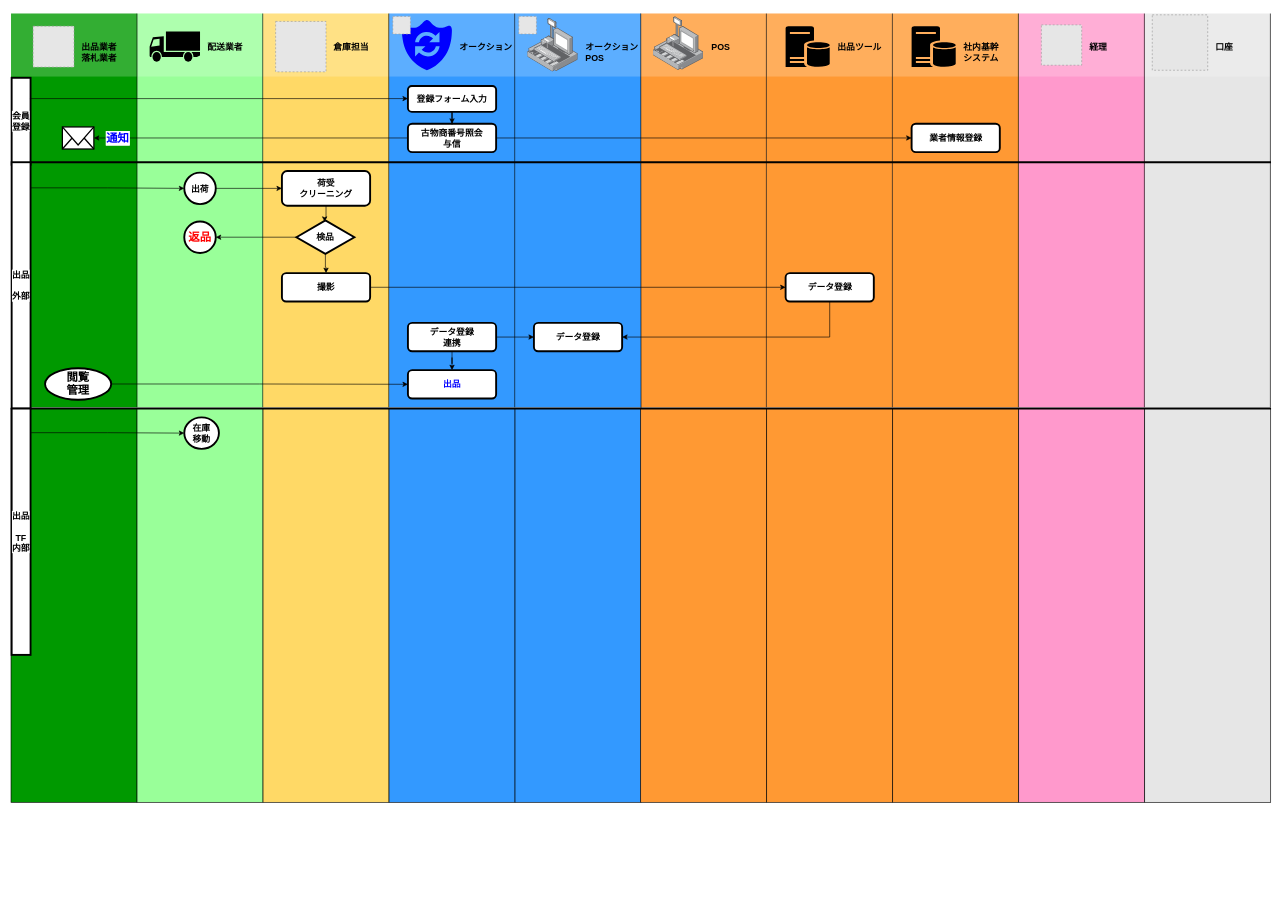
This is 業務フロー図.drawio from cy-shuhei-ohno/test, a draw.io file, before an edit. Source tidied: cells renumbered, new cells numbered last; positions are measured from the earlier drawing's top-left corner, leaving out a move shared by most shapes. Both pictures are drawn from the tidied source at 63%, with x=0, y=0 at pixel (11, 13). Pictures stored in the file or linked from it are replaced by grey dashed boxes.
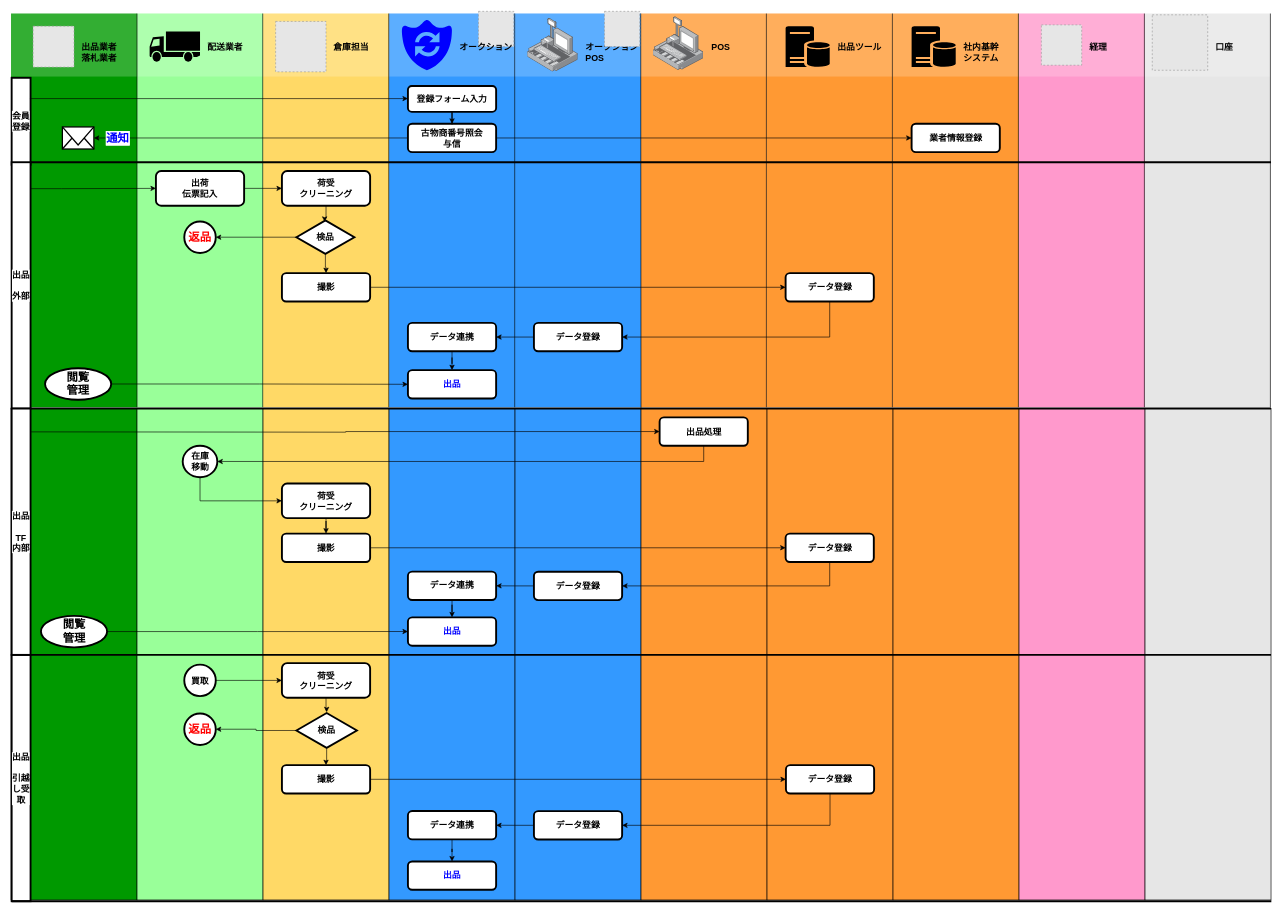
The same diagram, later.

Commit message (it also covers changes not shown here):
Update 業務フロー図.drawio

Unchanged cells that the change refers to:
```xml
<mxCell id="42" value="データ登録" style="rounded=1;whiteSpace=wrap;html=1;labelBackgroundColor=#ffffff;strokeWidth=3;fillColor=#FFFFFF;gradientColor=none;fontSize=14;fontColor=#000000;align=center;fontStyle=1;" parent="36" vertex="1">
  <mxGeometry x="30" y="412" width="140" height="45" as="geometry" />
</mxCell>
<mxCell id="50" style="group;" parent="1" vertex="1">
  <mxGeometry x="600" width="200" height="641" as="geometry" />
</mxCell>
<mxCell id="67" value="荷受&lt;br&gt;クリーニング&lt;br&gt;" style="rounded=1;whiteSpace=wrap;html=1;labelBackgroundColor=#ffffff;strokeWidth=3;fillColor=#FFFFFF;gradientColor=none;fontSize=14;fontColor=#000000;align=center;fontStyle=1;" parent="60" vertex="1">
  <mxGeometry x="30" y="250" width="140" height="55" as="geometry" />
</mxCell>
<mxCell id="71" style="group;fontStyle=1;" parent="1" vertex="1">
  <mxGeometry x="200" width="200" height="641" as="geometry" />
</mxCell>
<mxCell id="90" value="出品&lt;br&gt;&lt;br&gt;外部&lt;br&gt;" style="rounded=0;whiteSpace=wrap;html=1;labelBackgroundColor=#ffffff;strokeWidth=3;fillColor=#FFFFFF;gradientColor=none;fontSize=14;fontColor=#000000;align=center;fontStyle=1;" parent="79" vertex="1">
  <mxGeometry x="1" y="236" width="30" height="391" as="geometry" />
</mxCell>
<mxCell id="107" value="データ登録" style="rounded=1;whiteSpace=wrap;html=1;labelBackgroundColor=#ffffff;strokeWidth=3;fillColor=#FFFFFF;gradientColor=none;fontSize=14;fontColor=#000000;align=center;fontStyle=1;" parent="1" vertex="1">
  <mxGeometry x="830" y="491" width="140" height="45" as="geometry" />
</mxCell>
<mxCell id="112" value="出品&lt;br&gt;&lt;br&gt;TF内部&lt;br&gt;" style="rounded=0;whiteSpace=wrap;html=1;labelBackgroundColor=#ffffff;strokeWidth=3;fillColor=#FFFFFF;gradientColor=none;fontSize=14;fontColor=#000000;align=center;fontStyle=1;" parent="1" vertex="1">
  <mxGeometry x="1" y="627" width="30" height="391" as="geometry" />
</mxCell>
```

Diff of the diagram source:
```diff
@@
     <mxCell id="2" style="group;" parent="1" vertex="1">
-      <mxGeometry y="627" width="1999.5" height="625" as="geometry" />
+      <mxGeometry y="627" width="2000" height="782" as="geometry" />
     </mxCell>
     <mxCell id="3" style="whiteSpace=wrap;html=1;labelBackgroundColor=#ffffff;fontSize=14;fontColor=#0000FF;align=left;strokeColor=#000000;fillColor=#009900;" parent="2" vertex="1">
-      <mxGeometry width="200" height="625" as="geometry" />
+      <mxGeometry width="200" height="780" as="geometry" />
     </mxCell>
     <mxCell id="4" style="whiteSpace=wrap;html=1;labelBackgroundColor=#ffffff;fontSize=14;fontColor=#99FF99;align=left;strokeColor=#000000;fillColor=#99FF99;" parent="2" vertex="1">
-      <mxGeometry x="200" width="200" height="625" as="geometry" />
+      <mxGeometry x="200" width="200" height="780" as="geometry" />
     </mxCell>
     <mxCell id="5" style="whiteSpace=wrap;html=1;labelBackgroundColor=#ffffff;fontSize=14;fontColor=#0000FF;align=left;strokeColor=#000000;fillColor=#FFD966;" parent="2" vertex="1">
-      <mxGeometry x="400" width="200" height="625" as="geometry" />
+      <mxGeometry x="400" width="200" height="780" as="geometry" />
     </mxCell>
     <mxCell id="6" style="whiteSpace=wrap;html=1;labelBackgroundColor=#ffffff;fontSize=14;fontColor=#0000FF;align=left;strokeColor=#000000;fillColor=#3399FF;" parent="2" vertex="1">
-      <mxGeometry x="600" width="200" height="625" as="geometry" />
+      <mxGeometry x="600" width="200" height="780" as="geometry" />
     </mxCell>
     <mxCell id="7" style="whiteSpace=wrap;html=1;labelBackgroundColor=#ffffff;fontSize=14;fontColor=#0000FF;align=left;strokeColor=#000000;fillColor=#3399FF;" parent="2" vertex="1">
-      <mxGeometry x="800" width="200" height="625" as="geometry" />
+      <mxGeometry x="800" width="200" height="780" as="geometry" />
     </mxCell>
     <mxCell id="8" style="whiteSpace=wrap;html=1;labelBackgroundColor=#ffffff;fontSize=14;fontColor=#0000FF;align=left;strokeColor=#000000;fillColor=#FF9933;" parent="2" vertex="1">
-      <mxGeometry x="999.5" width="200" height="625" as="geometry" />
+      <mxGeometry x="1000" width="200" height="780" as="geometry" />
     </mxCell>
     <mxCell id="9" style="whiteSpace=wrap;html=1;labelBackgroundColor=#ffffff;fontSize=14;fontColor=#0000FF;align=left;strokeColor=#000000;fillColor=#FF9933;" parent="2" vertex="1">
-      <mxGeometry x="1199.5" width="200" height="625" as="geometry" />
+      <mxGeometry x="1200" width="200" height="780" as="geometry" />
     </mxCell>
     <mxCell id="10" style="whiteSpace=wrap;html=1;labelBackgroundColor=#ffffff;fontSize=14;fontColor=#0000FF;align=left;strokeColor=#000000;fillColor=#FF9933;" parent="2" vertex="1">
-      <mxGeometry x="1399.5" width="200" height="625" as="geometry" />
+      <mxGeometry x="1400" width="200" height="780" as="geometry" />
     </mxCell>
     <mxCell id="11" style="whiteSpace=wrap;html=1;labelBackgroundColor=#ffffff;fontSize=14;fontColor=#0000FF;align=left;strokeColor=#000000;fillColor=#FF99CC;" parent="2" vertex="1">
-      <mxGeometry x="1599.5" width="200" height="625" as="geometry" />
+      <mxGeometry x="1600" width="200" height="780" as="geometry" />
     </mxCell>
     <mxCell id="12" style="whiteSpace=wrap;html=1;labelBackgroundColor=#ffffff;fontSize=14;align=left;strokeColor=#000000;fillColor=#E6E6E6;" parent="2" vertex="1">
-      <mxGeometry x="1799.5" width="200" height="625" as="geometry" />
+      <mxGeometry x="1800" width="200" height="780" as="geometry" />
     </mxCell>
+    <mxCell id="113" style="edgeStyle=orthogonalEdgeStyle;rounded=0;jettySize=auto;html=1;entryX=0;entryY=0.5;entryDx=0;entryDy=0;strokeWidth=1;fontSize=14;fontColor=#0000FF;" parent="2" edge="1" source="13" target="115">
+      <mxGeometry relative="1" as="geometry">
+        <Array as="points">
+          <mxPoint x="300" y="147" />
+        </Array>
+      </mxGeometry>
+    </mxCell>
     <mxCell id="13" value="在庫&lt;br&gt;移動" style="ellipse;whiteSpace=wrap;html=1;labelBackgroundColor=#ffffff;strokeWidth=3;fontSize=14;align=center;fontStyle=1;" parent="2" vertex="1">
-      <mxGeometry x="275" y="14" width="55" height="50" as="geometry" />
+      <mxGeometry x="272.5" y="59" width="55" height="50" as="geometry" />
     </mxCell>
+    <mxCell id="114" style="edgeStyle=orthogonalEdgeStyle;rounded=0;jettySize=auto;html=1;entryX=0.5;entryY=0;entryDx=0;entryDy=0;strokeWidth=1;fontSize=14;fontColor=#0000FF;" parent="2" edge="1" source="115" target="117">
+      <mxGeometry relative="1" as="geometry" />
+    </mxCell>
+    <mxCell id="115" value="荷受&lt;br&gt;クリーニング&lt;br&gt;" style="rounded=1;whiteSpace=wrap;html=1;labelBackgroundColor=#ffffff;strokeWidth=3;fillColor=#FFFFFF;gradientColor=none;fontSize=14;fontColor=#000000;align=center;fontStyle=1;" parent="2" vertex="1">
+      <mxGeometry x="430" y="119" width="140" height="55" as="geometry" />
+    </mxCell>
+    <mxCell id="116" style="edgeStyle=orthogonalEdgeStyle;rounded=0;jettySize=auto;html=1;entryX=0;entryY=0.5;entryDx=0;entryDy=0;strokeWidth=1;fontSize=14;fontColor=#0000FF;" parent="2" edge="1" source="117" target="121">
+      <mxGeometry relative="1" as="geometry" />
+    </mxCell>
+    <mxCell id="117" value="撮影" style="rounded=1;whiteSpace=wrap;html=1;labelBackgroundColor=#ffffff;strokeWidth=3;fillColor=#FFFFFF;gradientColor=none;fontSize=14;fontColor=#000000;align=center;fontStyle=1;" parent="2" vertex="1">
+      <mxGeometry x="430" y="198.5" width="140" height="45" as="geometry" />
+    </mxCell>
+    <mxCell id="118" style="edgeStyle=orthogonalEdgeStyle;rounded=0;jettySize=auto;html=1;entryX=1;entryY=0.5;entryDx=0;entryDy=0;strokeWidth=1;fontSize=14;fontColor=#0000FF;" parent="2" edge="1" source="119" target="13">
+      <mxGeometry relative="1" as="geometry">
+        <Array as="points">
+          <mxPoint x="1100" y="84" />
+        </Array>
+      </mxGeometry>
+    </mxCell>
+    <mxCell id="119" value="出品処理" style="rounded=1;whiteSpace=wrap;html=1;labelBackgroundColor=#ffffff;strokeWidth=3;fillColor=#FFFFFF;gradientColor=none;fontSize=14;fontColor=#000000;align=center;fontStyle=1;" parent="2" vertex="1">
+      <mxGeometry x="1029.5" y="14" width="140" height="45" as="geometry" />
+    </mxCell>
+    <mxCell id="120" style="edgeStyle=orthogonalEdgeStyle;rounded=0;jettySize=auto;html=1;entryX=1;entryY=0.5;entryDx=0;entryDy=0;strokeWidth=1;fontSize=14;fontColor=#0000FF;" parent="2" edge="1" source="121" target="123">
+      <mxGeometry relative="1" as="geometry">
+        <Array as="points">
+          <mxPoint x="1300" y="281" />
+        </Array>
+      </mxGeometry>
+    </mxCell>
+    <mxCell id="121" value="データ登録" style="rounded=1;whiteSpace=wrap;html=1;labelBackgroundColor=#ffffff;strokeWidth=3;fillColor=#FFFFFF;gradientColor=none;fontSize=14;fontColor=#000000;align=center;fontStyle=1;" parent="2" vertex="1">
+      <mxGeometry x="1229.5" y="198.5" width="140" height="45" as="geometry" />
+    </mxCell>
+    <mxCell id="122" style="edgeStyle=orthogonalEdgeStyle;rounded=0;jettySize=auto;html=1;strokeWidth=1;fontSize=14;fontColor=#0000FF;" parent="2" edge="1" source="123" target="125">
+      <mxGeometry relative="1" as="geometry" />
+    </mxCell>
+    <mxCell id="123" value="データ登録" style="rounded=1;whiteSpace=wrap;html=1;labelBackgroundColor=#ffffff;strokeWidth=3;fillColor=#FFFFFF;gradientColor=none;fontSize=14;fontColor=#000000;align=center;fontStyle=1;" parent="2" vertex="1">
+      <mxGeometry x="830" y="259" width="140" height="45" as="geometry" />
+    </mxCell>
+    <mxCell id="124" style="edgeStyle=orthogonalEdgeStyle;rounded=0;jettySize=auto;html=1;entryX=0.5;entryY=0;entryDx=0;entryDy=0;strokeWidth=1;fontSize=14;fontColor=#0000FF;" parent="2" edge="1" source="125" target="126">
+      <mxGeometry relative="1" as="geometry" />
+    </mxCell>
+    <mxCell id="125" value="データ連携&lt;br&gt;" style="rounded=1;whiteSpace=wrap;html=1;labelBackgroundColor=#ffffff;strokeWidth=3;fillColor=#FFFFFF;gradientColor=none;fontSize=14;fontColor=#000000;align=center;fontStyle=1;" parent="2" vertex="1">
+      <mxGeometry x="630" y="258.9" width="140" height="45" as="geometry" />
+    </mxCell>
+    <mxCell id="126" value="出品" style="rounded=1;whiteSpace=wrap;html=1;labelBackgroundColor=#ffffff;strokeWidth=3;fillColor=#FFFFFF;gradientColor=none;fontSize=14;fontColor=#0000FF;align=center;fontStyle=1;" parent="2" vertex="1">
+      <mxGeometry x="630" y="331.4" width="140" height="45" as="geometry" />
+    </mxCell>
+    <mxCell id="127" style="edgeStyle=orthogonalEdgeStyle;rounded=0;jettySize=auto;html=1;entryX=0;entryY=0.5;entryDx=0;entryDy=0;strokeWidth=1;fontSize=14;fontColor=#0000FF;" parent="2" edge="1" source="128" target="126">
+      <mxGeometry relative="1" as="geometry" />
+    </mxCell>
+    <mxCell id="128" value="閲覧&lt;br&gt;管理&lt;br&gt;" style="ellipse;whiteSpace=wrap;html=1;labelBackgroundColor=#ffffff;strokeWidth=3;fontSize=18;align=center;fontStyle=1;" parent="2" vertex="1">
+      <mxGeometry x="47.5" y="329" width="105" height="50" as="geometry" />
+    </mxCell>
+    <mxCell id="129" style="endArrow=none;html=1;strokeWidth=3;fontSize=18;fontColor=#0000FF;" parent="2" edge="1">
+      <mxGeometry relative="1" as="geometry">
+        <mxPoint x="1" y="391" as="sourcePoint" />
+        <mxPoint x="2000" y="391" as="targetPoint" />
+      </mxGeometry>
+    </mxCell>
+    <mxCell id="130" value="出品&lt;br&gt;&lt;br&gt;引越し受取&lt;br&gt;" style="rounded=0;whiteSpace=wrap;html=1;labelBackgroundColor=#ffffff;strokeWidth=3;fillColor=#FFFFFF;gradientColor=none;fontSize=14;fontColor=#000000;align=center;fontStyle=1;" parent="2" vertex="1">
+      <mxGeometry x="1" y="391" width="30" height="391" as="geometry" />
+    </mxCell>
+    <mxCell id="131" style="endArrow=none;html=1;strokeWidth=3;fontSize=18;fontColor=#0000FF;" parent="2" edge="1">
+      <mxGeometry relative="1" as="geometry">
+        <mxPoint x="1" y="782" as="sourcePoint" />
+        <mxPoint x="2000.5" y="782" as="targetPoint" />
+      </mxGeometry>
+    </mxCell>
+    <mxCell id="132" style="edgeStyle=orthogonalEdgeStyle;rounded=0;jettySize=auto;html=1;strokeWidth=1;fontSize=14;fontColor=#0000FF;" parent="2" edge="1" source="133" target="136">
+      <mxGeometry relative="1" as="geometry" />
+    </mxCell>
+    <mxCell id="133" value="荷受&lt;br&gt;クリーニング&lt;br&gt;" style="rounded=1;whiteSpace=wrap;html=1;labelBackgroundColor=#ffffff;strokeWidth=3;fillColor=#FFFFFF;gradientColor=none;fontSize=14;fontColor=#000000;align=center;fontStyle=1;" parent="2" vertex="1">
+      <mxGeometry x="430" y="404" width="140" height="55" as="geometry" />
+    </mxCell>
+    <mxCell id="134" style="edgeStyle=orthogonalEdgeStyle;rounded=0;jettySize=auto;html=1;entryX=1;entryY=0.5;entryDx=0;entryDy=0;strokeWidth=1;fontSize=14;fontColor=#0000FF;" parent="2" edge="1" source="136" target="141">
+      <mxGeometry relative="1" as="geometry" />
+    </mxCell>
+    <mxCell id="135" style="edgeStyle=orthogonalEdgeStyle;rounded=0;jettySize=auto;html=1;entryX=0.5;entryY=0;entryDx=0;entryDy=0;strokeWidth=1;fontSize=14;fontColor=#0000FF;" parent="2" edge="1" source="136" target="138">
+      <mxGeometry relative="1" as="geometry" />
+    </mxCell>
+    <mxCell id="136" value="検品" style="html=1;whiteSpace=wrap;shape=isoRectangle;labelBackgroundColor=#ffffff;strokeWidth=3;fontSize=14;align=center;fontStyle=1;" parent="2" vertex="1">
+      <mxGeometry x="453" y="482" width="96" height="58" as="geometry" />
+    </mxCell>
+    <mxCell id="137" style="edgeStyle=orthogonalEdgeStyle;rounded=0;jettySize=auto;html=1;strokeWidth=1;fontSize=14;fontColor=#0000FF;" parent="2" edge="1" source="138" target="143">
+      <mxGeometry relative="1" as="geometry" />
+    </mxCell>
+    <mxCell id="138" value="撮影" style="rounded=1;whiteSpace=wrap;html=1;labelBackgroundColor=#ffffff;strokeWidth=3;fillColor=#FFFFFF;gradientColor=none;fontSize=14;fontColor=#000000;align=center;fontStyle=1;" parent="2" vertex="1">
+      <mxGeometry x="430" y="566" width="140" height="45" as="geometry" />
+    </mxCell>
+    <mxCell id="139" style="edgeStyle=orthogonalEdgeStyle;rounded=0;jettySize=auto;html=1;entryX=0;entryY=0.5;entryDx=0;entryDy=0;strokeWidth=1;fontSize=14;fontColor=#0000FF;" parent="2" edge="1" source="140" target="133">
+      <mxGeometry relative="1" as="geometry" />
+    </mxCell>
+    <mxCell id="140" value="買取" style="ellipse;whiteSpace=wrap;html=1;labelBackgroundColor=#ffffff;strokeWidth=3;fontSize=14;align=center;fontStyle=1;" parent="2" vertex="1">
+      <mxGeometry x="275" y="406.5" width="50" height="50" as="geometry" />
+    </mxCell>
+    <mxCell id="141" value="返品" style="ellipse;whiteSpace=wrap;html=1;labelBackgroundColor=#ffffff;strokeWidth=3;fontSize=18;align=center;fontStyle=1;fontColor=#FF0000;" parent="2" vertex="1">
+      <mxGeometry x="275" y="484" width="50" height="50" as="geometry" />
+    </mxCell>
+    <mxCell id="142" style="edgeStyle=orthogonalEdgeStyle;rounded=0;jettySize=auto;html=1;entryX=1;entryY=0.5;entryDx=0;entryDy=0;strokeWidth=1;fontSize=14;fontColor=#0000FF;" parent="2" edge="1" source="143" target="145">
+      <mxGeometry relative="1" as="geometry">
+        <Array as="points">
+          <mxPoint x="1300" y="661" />
+        </Array>
+      </mxGeometry>
+    </mxCell>
+    <mxCell id="143" value="データ登録" style="rounded=1;whiteSpace=wrap;html=1;labelBackgroundColor=#ffffff;strokeWidth=3;fillColor=#FFFFFF;gradientColor=none;fontSize=14;fontColor=#000000;align=center;fontStyle=1;" parent="2" vertex="1">
+      <mxGeometry x="1230" y="566" width="140" height="45" as="geometry" />
+    </mxCell>
+    <mxCell id="144" style="edgeStyle=orthogonalEdgeStyle;rounded=0;jettySize=auto;html=1;strokeWidth=1;fontSize=14;fontColor=#0000FF;" parent="2" edge="1" source="145" target="147">
+      <mxGeometry relative="1" as="geometry" />
+    </mxCell>
+    <mxCell id="145" value="データ登録" style="rounded=1;whiteSpace=wrap;html=1;labelBackgroundColor=#ffffff;strokeWidth=3;fillColor=#FFFFFF;gradientColor=none;fontSize=14;fontColor=#000000;align=center;fontStyle=1;" parent="2" vertex="1">
+      <mxGeometry x="830" y="639" width="140" height="45" as="geometry" />
+    </mxCell>
+    <mxCell id="146" style="edgeStyle=orthogonalEdgeStyle;rounded=0;jettySize=auto;html=1;entryX=0.5;entryY=0;entryDx=0;entryDy=0;strokeWidth=1;fontSize=14;fontColor=#0000FF;" parent="2" edge="1" source="147" target="148">
+      <mxGeometry relative="1" as="geometry" />
+    </mxCell>
+    <mxCell id="147" value="データ連携&lt;br&gt;" style="rounded=1;whiteSpace=wrap;html=1;labelBackgroundColor=#ffffff;strokeWidth=3;fillColor=#FFFFFF;gradientColor=none;fontSize=14;fontColor=#000000;align=center;fontStyle=1;" parent="2" vertex="1">
+      <mxGeometry x="630" y="638.9" width="140" height="45" as="geometry" />
+    </mxCell>
+    <mxCell id="148" value="出品" style="rounded=1;whiteSpace=wrap;html=1;labelBackgroundColor=#ffffff;strokeWidth=3;fillColor=#FFFFFF;gradientColor=none;fontSize=14;fontColor=#0000FF;align=center;fontStyle=1;" parent="2" vertex="1">
+      <mxGeometry x="630" y="718.9" width="140" height="45" as="geometry" />
+    </mxCell>
@@
     <mxCell id="55" style="fillColor=#E6E6E6;strokeColor=#999999;dashed=1;html=1;verticalAlign=top;verticalLabelPosition=bottom;labelBackgroundColor=#ffffff;fontSize=14;fontColor=#FF0000;align=center;" parent="50" vertex="1">
-      <mxGeometry x="6" y="4.5" width="28" height="28" as="geometry" />
+      <mxGeometry x="142" y="-3.5" width="56" height="56" as="geometry" />
     </mxCell>
@@
-    <mxCell id="58" value="データ登録&lt;br&gt;連携&lt;br&gt;" style="rounded=1;whiteSpace=wrap;html=1;labelBackgroundColor=#ffffff;strokeWidth=3;fillColor=#FFFFFF;gradientColor=none;fontSize=14;fontColor=#000000;align=center;fontStyle=1;" parent="50" vertex="1">
+    <mxCell id="58" value="データ連携&lt;br&gt;" style="rounded=1;whiteSpace=wrap;html=1;labelBackgroundColor=#ffffff;strokeWidth=3;fillColor=#FFFFFF;gradientColor=none;fontSize=14;fontColor=#000000;align=center;fontStyle=1;" parent="50" vertex="1">
       <mxGeometry x="30" y="491" width="140" height="45" as="geometry" />
     </mxCell>
@@
-    <mxCell id="77" value="出荷" style="ellipse;whiteSpace=wrap;html=1;labelBackgroundColor=#ffffff;strokeWidth=3;fontSize=14;align=center;fontStyle=1;" parent="71" vertex="1">
-      <mxGeometry x="75" y="252.5" width="50" height="50" as="geometry" />
-    </mxCell>
@@
+    <mxCell id="149" value="出荷&lt;br&gt;伝票記入&lt;br&gt;" style="rounded=1;whiteSpace=wrap;html=1;labelBackgroundColor=#ffffff;strokeWidth=3;fillColor=#FFFFFF;gradientColor=none;fontSize=14;fontColor=#000000;align=center;fontStyle=1;" parent="71" vertex="1">
+      <mxGeometry x="30" y="250" width="140" height="55" as="geometry" />
+    </mxCell>
@@
-    <mxCell id="96" style="fillColor=#E6E6E6;strokeColor=#999999;dashed=1;html=1;verticalAlign=top;verticalLabelPosition=bottom;labelBackgroundColor=#ffffff;fontSize=14;fontColor=#FF0000;align=center;" parent="1" vertex="1">
-      <mxGeometry x="806" y="4.5" width="28" height="28" as="geometry" />
-    </mxCell>
@@
-    <mxCell id="102" style="edgeStyle=orthogonalEdgeStyle;rounded=0;jettySize=auto;html=1;entryX=0;entryY=0.5;entryDx=0;entryDy=0;fontSize=18;fontColor=#000000;" parent="1" edge="1" source="77" target="67">
-      <mxGeometry relative="1" as="geometry" />
-    </mxCell>
-    <mxCell id="103" style="edgeStyle=orthogonalEdgeStyle;rounded=0;jettySize=auto;html=1;entryX=0;entryY=0.5;entryDx=0;entryDy=0;fontSize=18;fontColor=#000000;exitX=0.981;exitY=0.104;exitDx=0;exitDy=0;exitPerimeter=0;" parent="1" edge="1" source="90" target="77">
-      <mxGeometry relative="1" as="geometry" />
-    </mxCell>
@@
+    <mxCell id="150" style="edgeStyle=orthogonalEdgeStyle;rounded=0;jettySize=auto;html=1;entryX=1;entryY=0.5;entryDx=0;entryDy=0;strokeWidth=1;fontSize=14;fontColor=#0000FF;" parent="1" edge="1" source="107" target="58">
+      <mxGeometry relative="1" as="geometry" />
+    </mxCell>
@@
-    <mxCell id="108" style="edgeStyle=orthogonalEdgeStyle;rounded=0;jettySize=auto;html=1;entryX=1;entryY=0.5;entryDx=0;entryDy=0;fontSize=18;fontColor=#FF0000;" parent="1" edge="1" source="42" target="107">
-      <mxGeometry relative="1" as="geometry">
-        <Array as="points">
-          <mxPoint x="1300" y="513" />
-        </Array>
-      </mxGeometry>
-    </mxCell>
-    <mxCell id="109" style="edgeStyle=orthogonalEdgeStyle;rounded=0;jettySize=auto;html=1;entryX=0;entryY=0.5;entryDx=0;entryDy=0;fontSize=18;fontColor=#FF0000;" parent="1" edge="1" source="58" target="107">
-      <mxGeometry relative="1" as="geometry" />
-    </mxCell>
@@
-    <mxCell id="111" style="edgeStyle=orthogonalEdgeStyle;rounded=0;jettySize=auto;html=1;entryX=0;entryY=0.5;entryDx=0;entryDy=0;strokeWidth=1;fontSize=14;fontColor=#0000FF;exitX=1.029;exitY=0.098;exitDx=0;exitDy=0;exitPerimeter=0;" parent="1" edge="1" source="112" target="13">
-      <mxGeometry relative="1" as="geometry" />
+    <mxCell id="111" style="edgeStyle=orthogonalEdgeStyle;rounded=0;jettySize=auto;html=1;entryX=0;entryY=0.5;entryDx=0;entryDy=0;strokeWidth=1;fontSize=14;fontColor=#0000FF;" parent="1" edge="1" target="119">
+      <mxGeometry relative="1" as="geometry">
+        <mxPoint x="32" y="664" as="sourcePoint" />
+      </mxGeometry>
     </mxCell>
@@
+    <mxCell id="108" style="edgeStyle=orthogonalEdgeStyle;rounded=0;jettySize=auto;html=1;entryX=1;entryY=0.5;entryDx=0;entryDy=0;strokeWidth=1;fontSize=14;fontColor=#0000FF;" parent="1" edge="1" source="42" target="107">
+      <mxGeometry relative="1" as="geometry">
+        <Array as="points">
+          <mxPoint x="1300" y="514" />
+        </Array>
+      </mxGeometry>
+    </mxCell>
+    <mxCell id="151" style="fillColor=#E6E6E6;strokeColor=#999999;dashed=1;html=1;verticalAlign=top;verticalLabelPosition=bottom;labelBackgroundColor=#ffffff;fontSize=14;fontColor=#FF0000;align=center;" parent="1" vertex="1">
+      <mxGeometry x="942" y="-3.5" width="56" height="56" as="geometry" />
+    </mxCell>
+    <mxCell id="152" style="edgeStyle=orthogonalEdgeStyle;rounded=0;jettySize=auto;html=1;entryX=0;entryY=0.5;entryDx=0;entryDy=0;strokeWidth=1;fontSize=14;fontColor=#0000FF;" parent="1" edge="1" source="149" target="67">
+      <mxGeometry relative="1" as="geometry" />
+    </mxCell>
+    <mxCell id="153" style="edgeStyle=orthogonalEdgeStyle;rounded=0;jettySize=auto;html=1;entryX=0;entryY=0.5;entryDx=0;entryDy=0;strokeWidth=1;fontSize=14;fontColor=#0000FF;" parent="1" edge="1" source="90" target="149">
+      <mxGeometry relative="1" as="geometry">
+        <Array as="points">
+          <mxPoint x="80" y="278" />
+          <mxPoint x="80" y="278" />
+        </Array>
+      </mxGeometry>
+    </mxCell>
```
